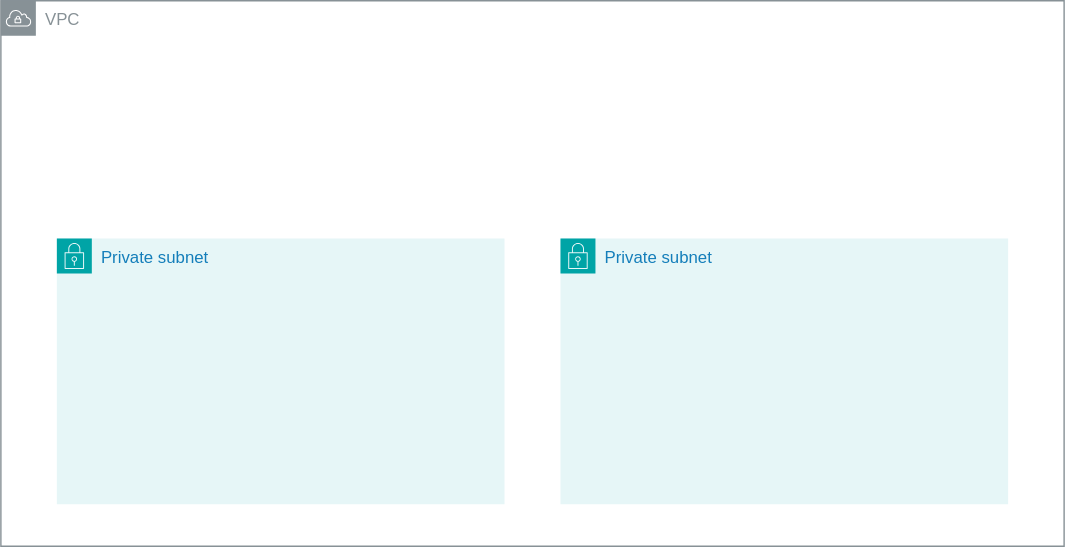
sanjiv-singh/iac-aws-ecs keeps this draw.io diagram as public-subnet-lb/vpc.drawio.svg. Above is the earlier version. Source tidied: cells renumbered, new cells last; positions are measured from the earlier drawing's top-left corner, leaving out a move shared by most shapes. Source of this version:
```xml
<mxGraphModel>
  <root>
    <mxCell id="0" />
    <mxCell id="1" parent="0" />
    <mxCell id="2" value="VPC" style="sketch=0;gradientColor=none;html=1;whiteSpace=wrap;fontSize=12;fontStyle=0;shape=mxgraph.aws4.group;grIcon=mxgraph.aws4.group_vpc;strokeColor=#879196;fillColor=none;verticalAlign=top;align=left;spacingLeft=30;fontColor=#879196;dashed=0;" parent="1" vertex="1">
      <mxGeometry width="760" height="390" as="geometry" />
    </mxCell>
    <mxCell id="3" value="Private subnet" style="gradientColor=none;html=1;whiteSpace=wrap;fontSize=12;fontStyle=0;shape=mxgraph.aws4.group;grIcon=mxgraph.aws4.group_security_group;grStroke=0;strokeColor=#00A4A6;fillColor=#E6F6F7;verticalAlign=top;align=left;spacingLeft=30;fontColor=#147EBA;dashed=0;" parent="1" vertex="1">
      <mxGeometry x="40" y="170" width="320" height="190" as="geometry" />
    </mxCell>
    <mxCell id="4" value="Private subnet" style="gradientColor=none;html=1;whiteSpace=wrap;fontSize=12;fontStyle=0;shape=mxgraph.aws4.group;grIcon=mxgraph.aws4.group_security_group;grStroke=0;strokeColor=#00A4A6;fillColor=#E6F6F7;verticalAlign=top;align=left;spacingLeft=30;fontColor=#147EBA;dashed=0;" parent="1" vertex="1">
      <mxGeometry x="400" y="170" width="320" height="190" as="geometry" />
    </mxCell>
  </root>
</mxGraphModel>
```
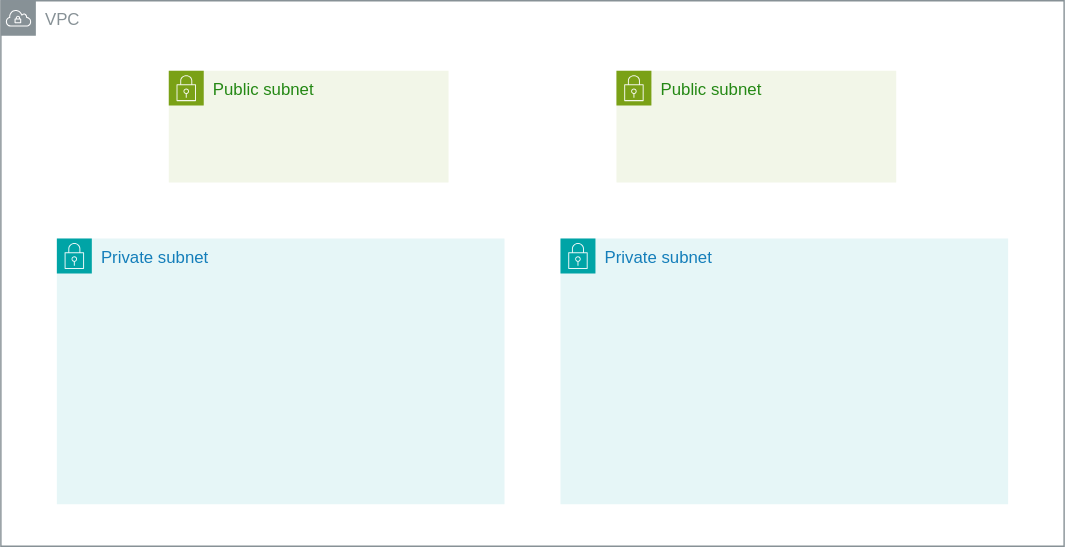
Above is the later version.

Diff of the diagram source:
```diff
@@ -11,5 +11,11 @@
     <mxCell id="4" value="Private subnet" style="gradientColor=none;html=1;whiteSpace=wrap;fontSize=12;fontStyle=0;shape=mxgraph.aws4.group;grIcon=mxgraph.aws4.group_security_group;grStroke=0;strokeColor=#00A4A6;fillColor=#E6F6F7;verticalAlign=top;align=left;spacingLeft=30;fontColor=#147EBA;dashed=0;" parent="1" vertex="1">
       <mxGeometry x="400" y="170" width="320" height="190" as="geometry" />
     </mxCell>
+    <mxCell id="5" value="Public subnet" style="gradientColor=none;html=1;whiteSpace=wrap;fontSize=12;fontStyle=0;shape=mxgraph.aws4.group;grIcon=mxgraph.aws4.group_security_group;grStroke=0;strokeColor=#7AA116;fillColor=#F2F6E8;verticalAlign=top;align=left;spacingLeft=30;fontColor=#248814;dashed=0;" parent="1" vertex="1">
+      <mxGeometry x="120" y="50" width="200" height="80" as="geometry" />
+    </mxCell>
+    <mxCell id="6" value="Public subnet" style="gradientColor=none;html=1;whiteSpace=wrap;fontSize=12;fontStyle=0;shape=mxgraph.aws4.group;grIcon=mxgraph.aws4.group_security_group;grStroke=0;strokeColor=#7AA116;fillColor=#F2F6E8;verticalAlign=top;align=left;spacingLeft=30;fontColor=#248814;dashed=0;" parent="1" vertex="1">
+      <mxGeometry x="440" y="50" width="200" height="80" as="geometry" />
+    </mxCell>
   </root>
 </mxGraphModel>
```
